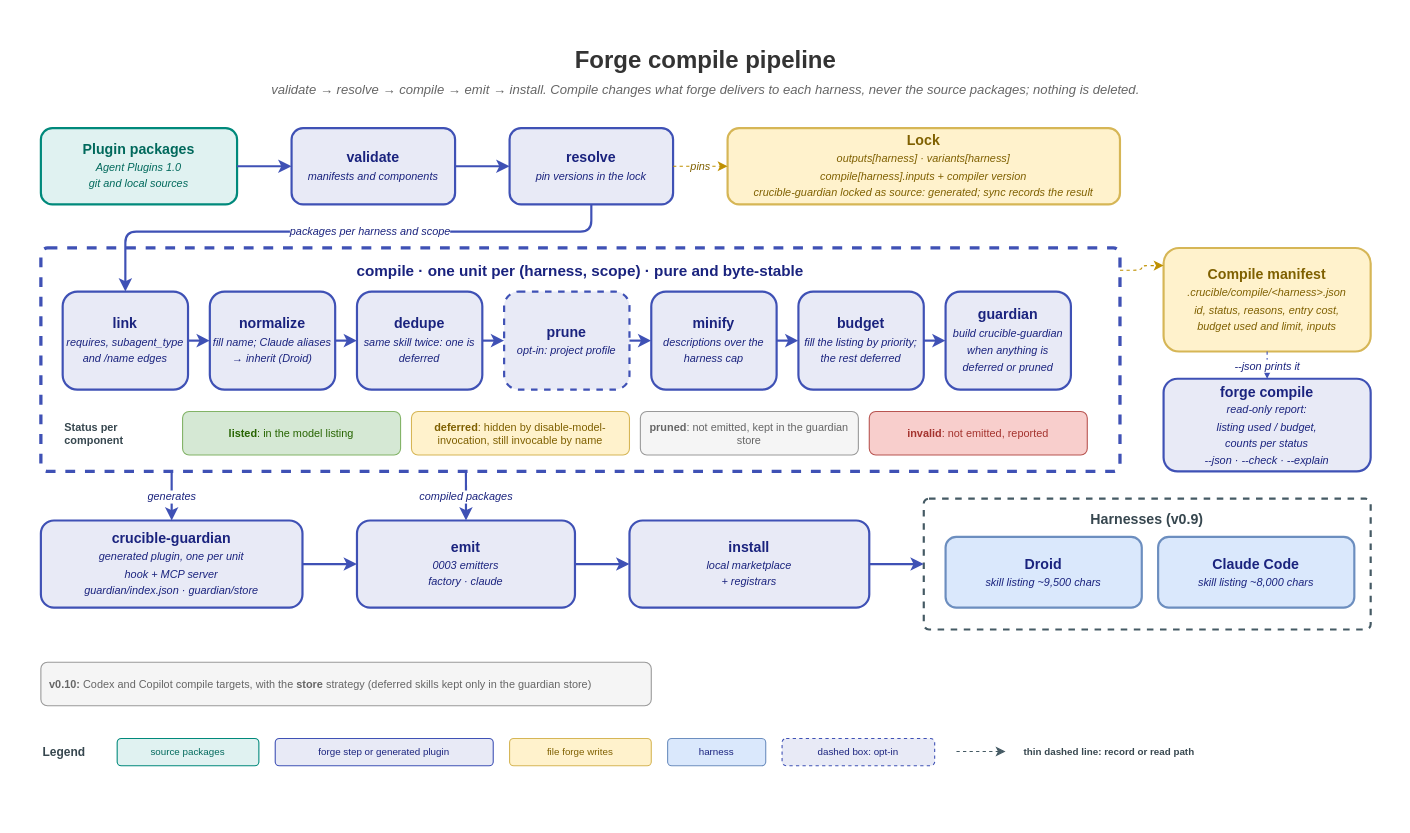
crucibledx/assets keeps this draw.io diagram as forge/diagrams/forge-compiler-pipeline.drawio. Above is the earlier version. Source tidied: cells renumbered, new cells numbered last; positions are measured from the earlier drawing's top-left corner, leaving out a move shared by most shapes. Both pictures are drawn from the tidied source at 109%, with x=0, y=0 at pixel (19, 19).
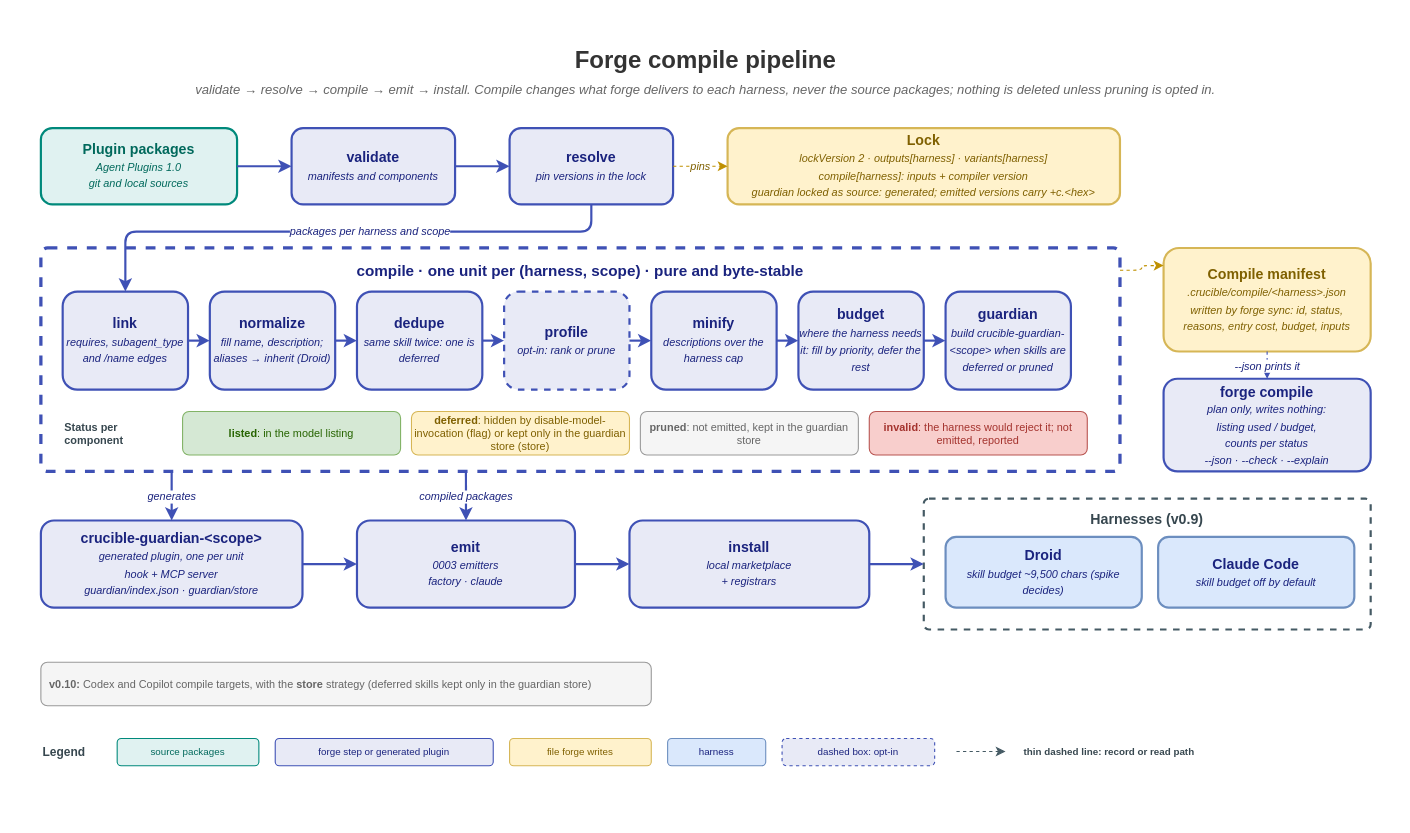
After the change.

Commit message (it also covers changes not shown here):
diagrams: align compile and guardian diagrams with revised spec 0005

Diff of the diagram source:
```diff
@@
-    <mxCell id="4" value="validate → resolve → compile → emit → install. Compile changes what forge delivers to each harness, never the source packages; nothing is deleted." style="text;html=1;fontSize=12;fontStyle=2;align=center;verticalAlign=middle;whiteSpace=wrap;fontColor=#666666;" parent="1" vertex="1">
+    <mxCell id="4" value="validate → resolve → compile → emit → install. Compile changes what forge delivers to each harness, never the source packages; nothing is deleted unless pruning is opted in." style="text;html=1;fontSize=12;fontStyle=2;align=center;verticalAlign=middle;whiteSpace=wrap;fontColor=#666666;" parent="1" vertex="1">
       <mxGeometry x="20" y="55" width="1220" height="20" as="geometry" />
     </mxCell>
@@
-    <mxCell id="8" value="Lock&lt;br&gt;&lt;i style=&quot;font-size:10px;font-weight:normal&quot;&gt;outputs[harness] · variants[harness]&lt;br&gt;compile[harness].inputs + compiler version&lt;br&gt;crucible-guardian locked as source: generated; sync records the result&lt;/i&gt;" style="rounded=1;whiteSpace=wrap;html=1;fillColor=#fff2cc;strokeColor=#d6b656;fontColor=#7f6000;fontSize=13;fontStyle=1;strokeWidth=2;" parent="1" vertex="1">
+    <mxCell id="8" value="Lock&lt;br&gt;&lt;i style=&quot;font-size:10px;font-weight:normal&quot;&gt;lockVersion 2 · outputs[harness] · variants[harness]&lt;br&gt;compile[harness]: inputs + compiler version&lt;br&gt;guardian locked as source: generated; emitted versions carry +c.&amp;lt;hex&amp;gt;&lt;/i&gt;" style="rounded=1;whiteSpace=wrap;html=1;fillColor=#fff2cc;strokeColor=#d6b656;fontColor=#7f6000;fontSize=13;fontStyle=1;strokeWidth=2;" parent="1" vertex="1">
       <mxGeometry x="650" y="100" width="360" height="70" as="geometry" />
     </mxCell>
@@
-    <mxCell id="11" value="normalize&lt;br&gt;&lt;i style=&quot;font-size:10px;font-weight:normal&quot;&gt;fill name; Claude aliases → inherit (Droid)&lt;/i&gt;" style="rounded=1;whiteSpace=wrap;html=1;fillColor=#e8eaf6;strokeColor=#3f51b5;fontColor=#1a237e;fontSize=13;fontStyle=1;strokeWidth=2;" parent="1" vertex="1">
+    <mxCell id="11" value="normalize&lt;br&gt;&lt;i style=&quot;font-size:10px;font-weight:normal&quot;&gt;fill name, description; aliases → inherit (Droid)&lt;/i&gt;" style="rounded=1;whiteSpace=wrap;html=1;fillColor=#e8eaf6;strokeColor=#3f51b5;fontColor=#1a237e;fontSize=13;fontStyle=1;strokeWidth=2;" parent="1" vertex="1">
       <mxGeometry x="175" y="250" width="115" height="90" as="geometry" />
     </mxCell>
@@
-    <mxCell id="13" value="prune&lt;br&gt;&lt;i style=&quot;font-size:10px;font-weight:normal&quot;&gt;opt-in: project profile&lt;/i&gt;" style="rounded=1;whiteSpace=wrap;html=1;fillColor=#e8eaf6;strokeColor=#3f51b5;fontColor=#1a237e;fontSize=13;fontStyle=1;strokeWidth=2;dashed=1;" parent="1" vertex="1">
+    <mxCell id="13" value="profile&lt;br&gt;&lt;i style=&quot;font-size:10px;font-weight:normal&quot;&gt;opt-in: rank or prune&lt;/i&gt;" style="rounded=1;whiteSpace=wrap;html=1;fillColor=#e8eaf6;strokeColor=#3f51b5;fontColor=#1a237e;fontSize=13;fontStyle=1;strokeWidth=2;dashed=1;" parent="1" vertex="1">
       <mxGeometry x="445" y="250" width="115" height="90" as="geometry" />
     </mxCell>
@@
-    <mxCell id="15" value="budget&lt;br&gt;&lt;i style=&quot;font-size:10px;font-weight:normal&quot;&gt;fill the listing by priority; the rest deferred&lt;/i&gt;" style="rounded=1;whiteSpace=wrap;html=1;fillColor=#e8eaf6;strokeColor=#3f51b5;fontColor=#1a237e;fontSize=13;fontStyle=1;strokeWidth=2;" parent="1" vertex="1">
+    <mxCell id="15" value="budget&lt;br&gt;&lt;i style=&quot;font-size:10px;font-weight:normal&quot;&gt;where the harness needs it: fill by priority, defer the rest&lt;/i&gt;" style="rounded=1;whiteSpace=wrap;html=1;fillColor=#e8eaf6;strokeColor=#3f51b5;fontColor=#1a237e;fontSize=13;fontStyle=1;strokeWidth=2;" parent="1" vertex="1">
       <mxGeometry x="715" y="250" width="115" height="90" as="geometry" />
     </mxCell>
-    <mxCell id="16" value="guardian&lt;br&gt;&lt;i style=&quot;font-size:10px;font-weight:normal&quot;&gt;build crucible-guardian when anything is deferred or pruned&lt;/i&gt;" style="rounded=1;whiteSpace=wrap;html=1;fillColor=#e8eaf6;strokeColor=#3f51b5;fontColor=#1a237e;fontSize=13;fontStyle=1;strokeWidth=2;" parent="1" vertex="1">
+    <mxCell id="16" value="guardian&lt;br&gt;&lt;i style=&quot;font-size:10px;font-weight:normal&quot;&gt;build crucible-guardian-&amp;lt;scope&amp;gt; when skills are deferred or pruned&lt;/i&gt;" style="rounded=1;whiteSpace=wrap;html=1;fillColor=#e8eaf6;strokeColor=#3f51b5;fontColor=#1a237e;fontSize=13;fontStyle=1;strokeWidth=2;" parent="1" vertex="1">
       <mxGeometry x="850" y="250" width="115" height="90" as="geometry" />
     </mxCell>
@@
-    <mxCell id="19" value="&lt;b&gt;deferred&lt;/b&gt;: hidden by disable-model-invocation, still invocable by name" style="rounded=1;whiteSpace=wrap;html=1;fillColor=#fff2cc;strokeColor=#d6b656;fontColor=#7f6000;fontSize=10;fontStyle=0;strokeWidth=1;" parent="1" vertex="1">
+    <mxCell id="19" value="&lt;b&gt;deferred&lt;/b&gt;: hidden by disable-model-invocation (flag) or kept only in the guardian store (store)" style="rounded=1;whiteSpace=wrap;html=1;fillColor=#fff2cc;strokeColor=#d6b656;fontColor=#7f6000;fontSize=10;fontStyle=0;strokeWidth=1;" parent="1" vertex="1">
       <mxGeometry x="360" y="360" width="200" height="40" as="geometry" />
     </mxCell>
@@
-    <mxCell id="21" value="&lt;b&gt;invalid&lt;/b&gt;: not emitted, reported" style="rounded=1;whiteSpace=wrap;html=1;fillColor=#f8cecc;strokeColor=#b85450;fontColor=#a4332e;fontSize=10;fontStyle=0;strokeWidth=1;" parent="1" vertex="1">
+    <mxCell id="21" value="&lt;b&gt;invalid&lt;/b&gt;: the harness would reject it; not emitted, reported" style="rounded=1;whiteSpace=wrap;html=1;fillColor=#f8cecc;strokeColor=#b85450;fontColor=#a4332e;fontSize=10;fontStyle=0;strokeWidth=1;" parent="1" vertex="1">
       <mxGeometry x="780" y="360" width="200" height="40" as="geometry" />
     </mxCell>
-    <mxCell id="22" value="Compile manifest&lt;br&gt;&lt;i style=&quot;font-size:10px;font-weight:normal&quot;&gt;.crucible/compile/&amp;lt;harness&amp;gt;.json&lt;br&gt;id, status, reasons, entry cost,&lt;br&gt;budget used and limit, inputs&lt;/i&gt;" style="rounded=1;whiteSpace=wrap;html=1;fillColor=#fff2cc;strokeColor=#d6b656;fontColor=#7f6000;fontSize=13;fontStyle=1;strokeWidth=2;" parent="1" vertex="1">
+    <mxCell id="22" value="Compile manifest&lt;br&gt;&lt;i style=&quot;font-size:10px;font-weight:normal&quot;&gt;.crucible/compile/&amp;lt;harness&amp;gt;.json&lt;br&gt;written by forge sync: id, status,&lt;br&gt;reasons, entry cost, budget, inputs&lt;/i&gt;" style="rounded=1;whiteSpace=wrap;html=1;fillColor=#fff2cc;strokeColor=#d6b656;fontColor=#7f6000;fontSize=13;fontStyle=1;strokeWidth=2;" parent="1" vertex="1">
       <mxGeometry x="1050" y="210" width="190" height="95" as="geometry" />
     </mxCell>
-    <mxCell id="23" value="forge compile&lt;br&gt;&lt;i style=&quot;font-size:10px;font-weight:normal&quot;&gt;read-only report:&lt;br&gt;listing used / budget,&lt;br&gt;counts per status&lt;br&gt;--json · --check · --explain&lt;/i&gt;" style="rounded=1;whiteSpace=wrap;html=1;fillColor=#e8eaf6;strokeColor=#3f51b5;fontColor=#1a237e;fontSize=13;fontStyle=1;strokeWidth=2;" parent="1" vertex="1">
+    <mxCell id="23" value="forge compile&lt;br&gt;&lt;i style=&quot;font-size:10px;font-weight:normal&quot;&gt;plan only, writes nothing:&lt;br&gt;listing used / budget,&lt;br&gt;counts per status&lt;br&gt;--json · --check · --explain&lt;/i&gt;" style="rounded=1;whiteSpace=wrap;html=1;fillColor=#e8eaf6;strokeColor=#3f51b5;fontColor=#1a237e;fontSize=13;fontStyle=1;strokeWidth=2;" parent="1" vertex="1">
       <mxGeometry x="1050" y="330" width="190" height="85" as="geometry" />
     </mxCell>
-    <mxCell id="24" value="crucible-guardian&lt;br&gt;&lt;i style=&quot;font-size:10px;font-weight:normal&quot;&gt;generated plugin, one per unit&lt;br&gt;hook + MCP server&lt;br&gt;guardian/index.json · guardian/store&lt;/i&gt;" style="rounded=1;whiteSpace=wrap;html=1;fillColor=#e8eaf6;strokeColor=#3f51b5;fontColor=#1a237e;fontSize=13;fontStyle=1;strokeWidth=2;" parent="1" vertex="1">
+    <mxCell id="24" value="crucible-guardian-&amp;lt;scope&amp;gt;&lt;br&gt;&lt;i style=&quot;font-size:10px;font-weight:normal&quot;&gt;generated plugin, one per unit&lt;br&gt;hook + MCP server&lt;br&gt;guardian/index.json · guardian/store&lt;/i&gt;" style="rounded=1;whiteSpace=wrap;html=1;fillColor=#e8eaf6;strokeColor=#3f51b5;fontColor=#1a237e;fontSize=13;fontStyle=1;strokeWidth=2;" parent="1" vertex="1">
       <mxGeometry x="20" y="460" width="240" height="80" as="geometry" />
     </mxCell>
@@
-    <mxCell id="28" value="Droid&lt;br&gt;&lt;i style=&quot;font-size:10px;font-weight:normal&quot;&gt;skill listing ~9,500 chars&lt;/i&gt;" style="rounded=1;whiteSpace=wrap;html=1;fillColor=#dae8fc;strokeColor=#6c8ebf;fontColor=#1a237e;fontSize=13;fontStyle=1;strokeWidth=2;" parent="1" vertex="1">
+    <mxCell id="28" value="Droid&lt;br&gt;&lt;i style=&quot;font-size:10px;font-weight:normal&quot;&gt;skill budget ~9,500 chars (spike decides)&lt;/i&gt;" style="rounded=1;whiteSpace=wrap;html=1;fillColor=#dae8fc;strokeColor=#6c8ebf;fontColor=#1a237e;fontSize=13;fontStyle=1;strokeWidth=2;" parent="1" vertex="1">
       <mxGeometry x="850" y="475" width="180" height="65" as="geometry" />
     </mxCell>
-    <mxCell id="29" value="Claude Code&lt;br&gt;&lt;i style=&quot;font-size:10px;font-weight:normal&quot;&gt;skill listing ~8,000 chars&lt;/i&gt;" style="rounded=1;whiteSpace=wrap;html=1;fillColor=#dae8fc;strokeColor=#6c8ebf;fontColor=#1a237e;fontSize=13;fontStyle=1;strokeWidth=2;" parent="1" vertex="1">
+    <mxCell id="29" value="Claude Code&lt;br&gt;&lt;i style=&quot;font-size:10px;font-weight:normal&quot;&gt;skill budget off by default&lt;/i&gt;" style="rounded=1;whiteSpace=wrap;html=1;fillColor=#dae8fc;strokeColor=#6c8ebf;fontColor=#1a237e;fontSize=13;fontStyle=1;strokeWidth=2;" parent="1" vertex="1">
       <mxGeometry x="1045" y="475" width="180" height="65" as="geometry" />
     </mxCell>
```
